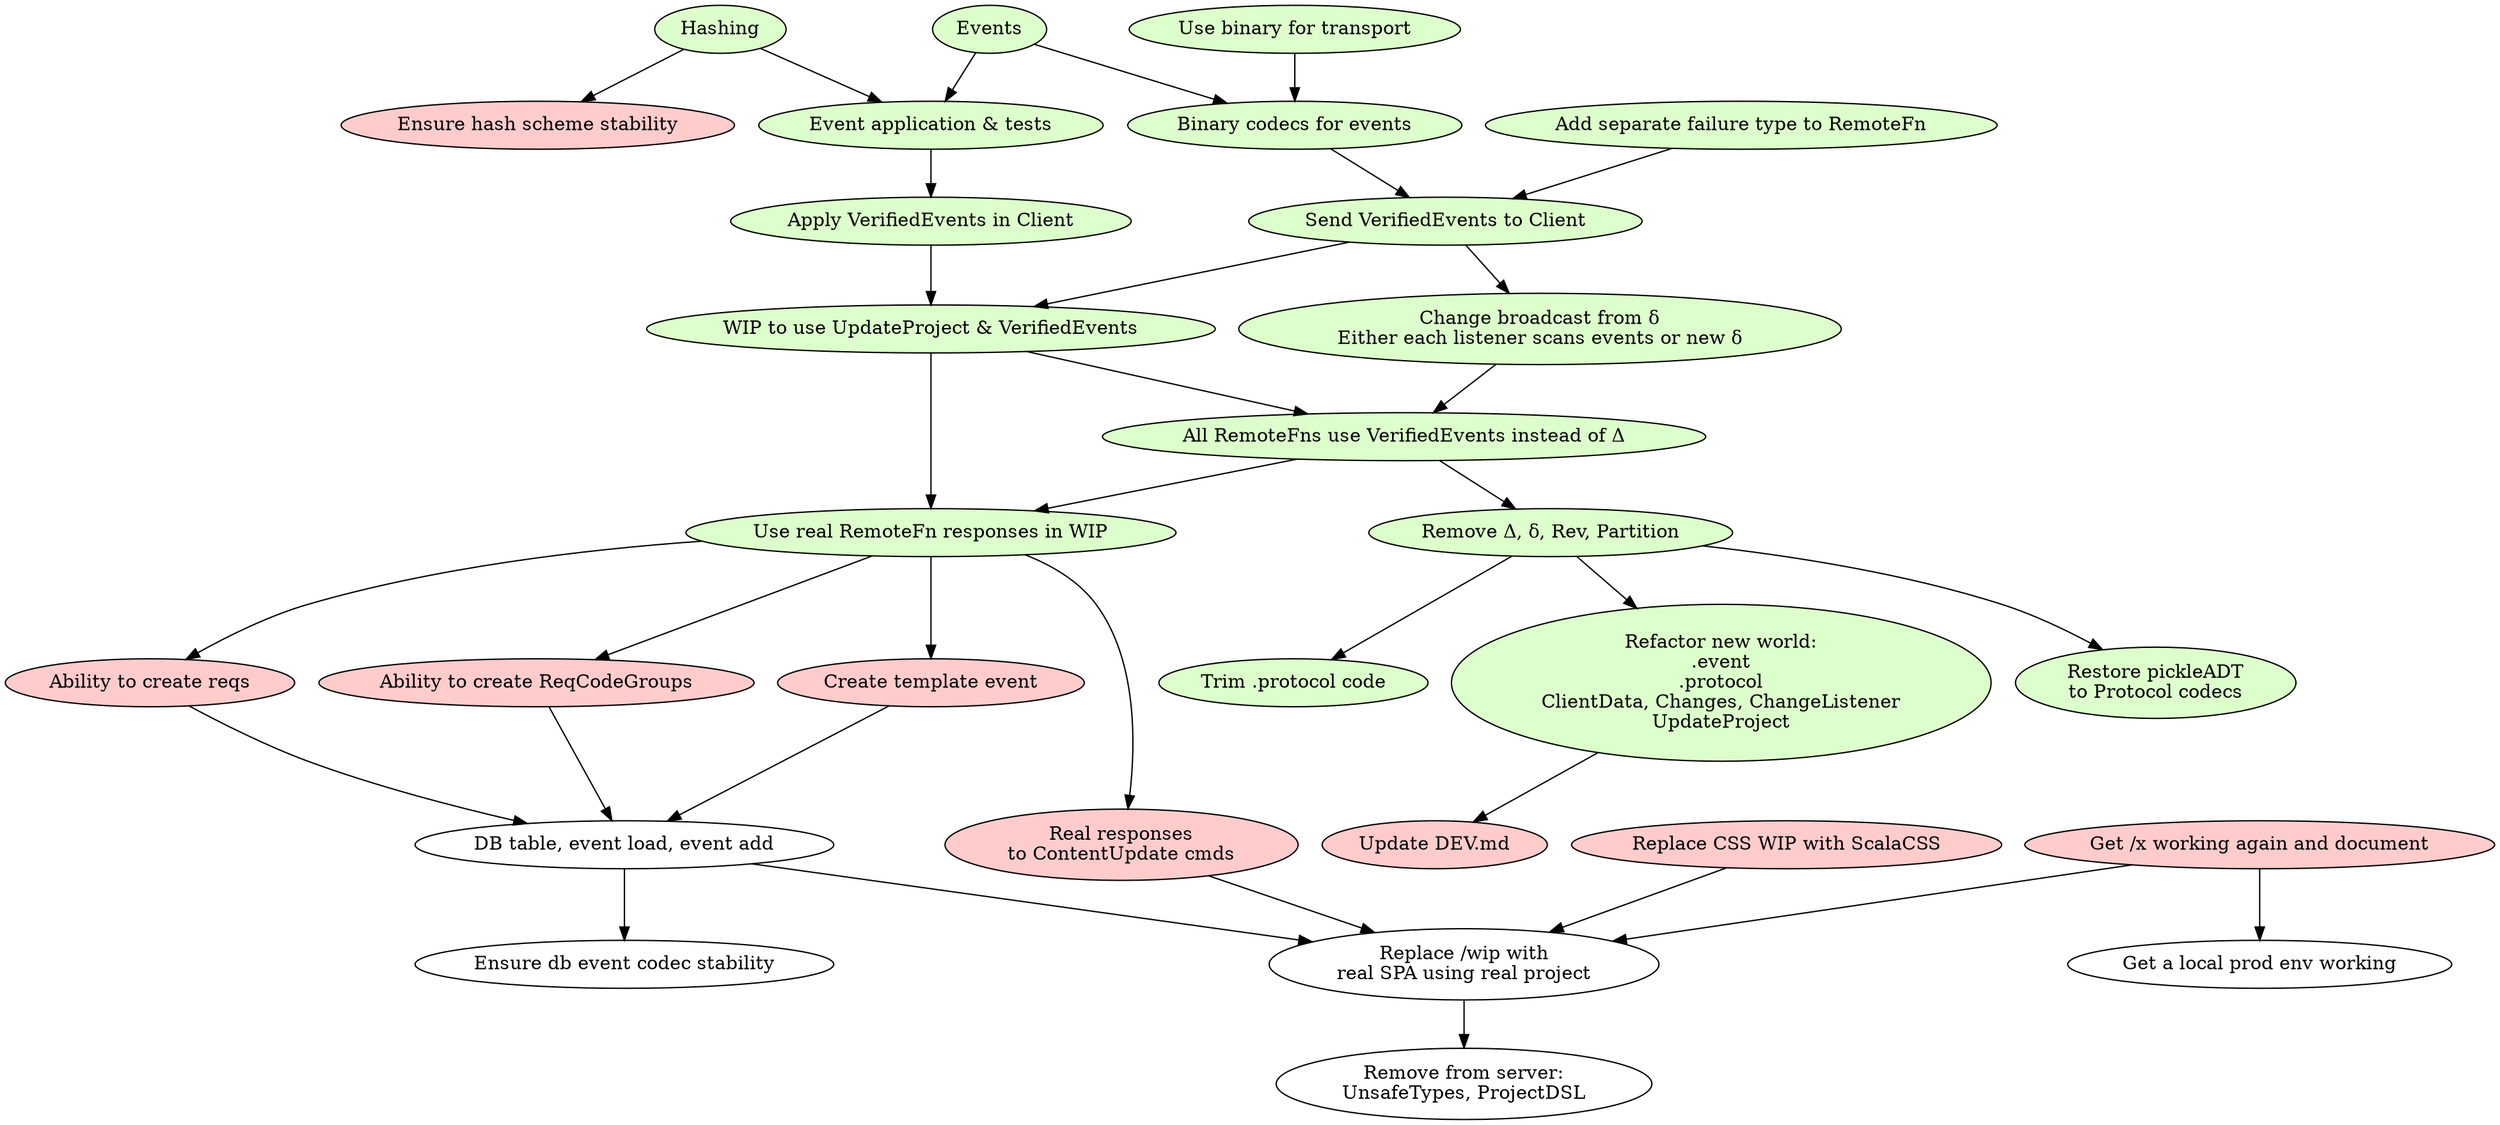
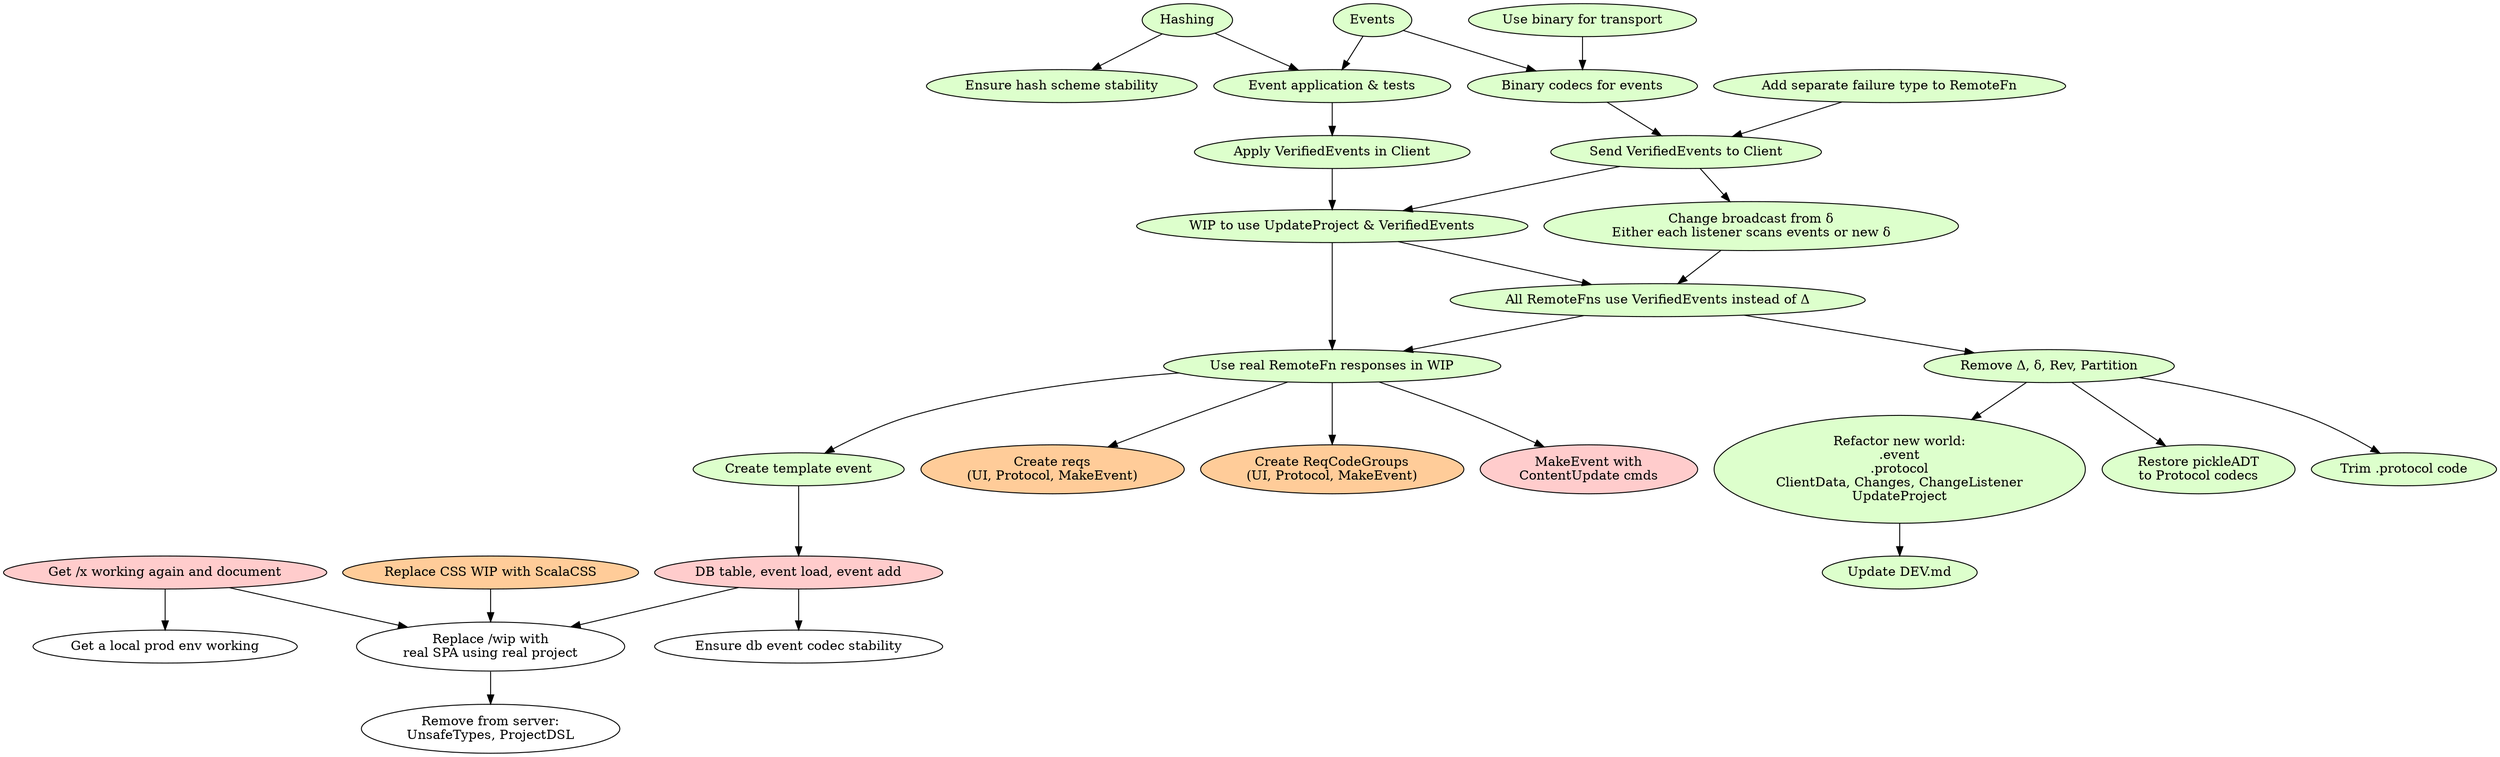
digraph G {

// BLOCKED
removeS [label="Remove from server:\nUnsafeTypes, ProjectDSL"]
- db [label="DB table, event load, event add"]
realspa [label="Replace /wip with\nreal SPA using real project"]
testDbCodec [label="Ensure db event codec stability"]
localProd [label="Get a local prod env working"]

- // NEXT
+ // NEXT (client)
+ node [style=filled fillcolor="#ffcc99"]
+ newReq [label="Create reqs\n(UI, Protocol, MakeEvent)"]
+ newRCG [label="Create ReqCodeGroups\n(UI, Protocol, MakeEvent)"]
+ cfgcss [label="Replace CSS WIP with ScalaCSS"]
+ 
+ // NEXT (server)
node [style=filled fillcolor="#ffcccc"]
- newReq [label="Ability to create reqs"]
- newRCG [label="Ability to create ReqCodeGroups"]
- realCU [label="Real responses\nto ContentUpdate cmds"]
+ realCU [label="MakeEvent with\nContentUpdate cmds"]
devx [label="Get /x working again and document"]
- template [label="Create template event"]
- devmd [label="Update DEV.md"]
- tesths [label="Ensure hash scheme stability"]
- cfgcss [label="Replace CSS WIP with ScalaCSS"]
+ db [label="DB table, event load, event add"]

// COMPLETE
node [style=filled fillcolor="#ddffcc"]
+ template [label="Create template event"]
+ tesths [label="Ensure hash scheme stability"]
+ devmd [label="Update DEV.md"]
nowip [label="Use real RemoteFn responses in WIP"]
hash [label="Hashing"]
tp [label="Trim .protocol code"]
nwo [label="Refactor new world:\n.event\n.protocol\nClientData, Changes, ChangeListener\nUpdateProject"]
remove [label="Remove Δ, δ, Rev, Partition"]
allve [label="All RemoteFns use VerifiedEvents instead of Δ"]
bc [label="Change broadcast from δ\nEither each listener scans events or new δ"]
wip2 [label="WIP to use UpdateProject & VerifiedEvents"]
svetcl [label="Send VerifiedEvents to Client"]
aveic [label="Apply VerifiedEvents in Client"]
bin [label="Use binary for transport"]
asfttr [label="Add separate failure type to RemoteFn"]
rpadt [label="Restore pickleADT\nto Protocol codecs"]
event [label="Events"]
eventap [label="Event application & tests"]
eventbin [label="Binary codecs for events"]

event -> eventap,eventbin
bin -> eventbin
eventbin -> svetcl
eventap -> aveic

asfttr -> svetcl
aveic -> wip2

nowip  -> template
svetcl -> wip2 -> nowip
remove -> tp,rpadt
svetcl -> bc
allve -> remove,nowip
wip2,bc -> allve
realspa -> removeS
remove -> nwo -> devmd

template -> db -> testDbCodec
devx,cfgcss,db -> realspa
hash -> tesths,eventap
devx -> localProd
nowip -> realCU,newReq,newRCG
- newReq,newRCG -> db
- realCU -> realspa
}

